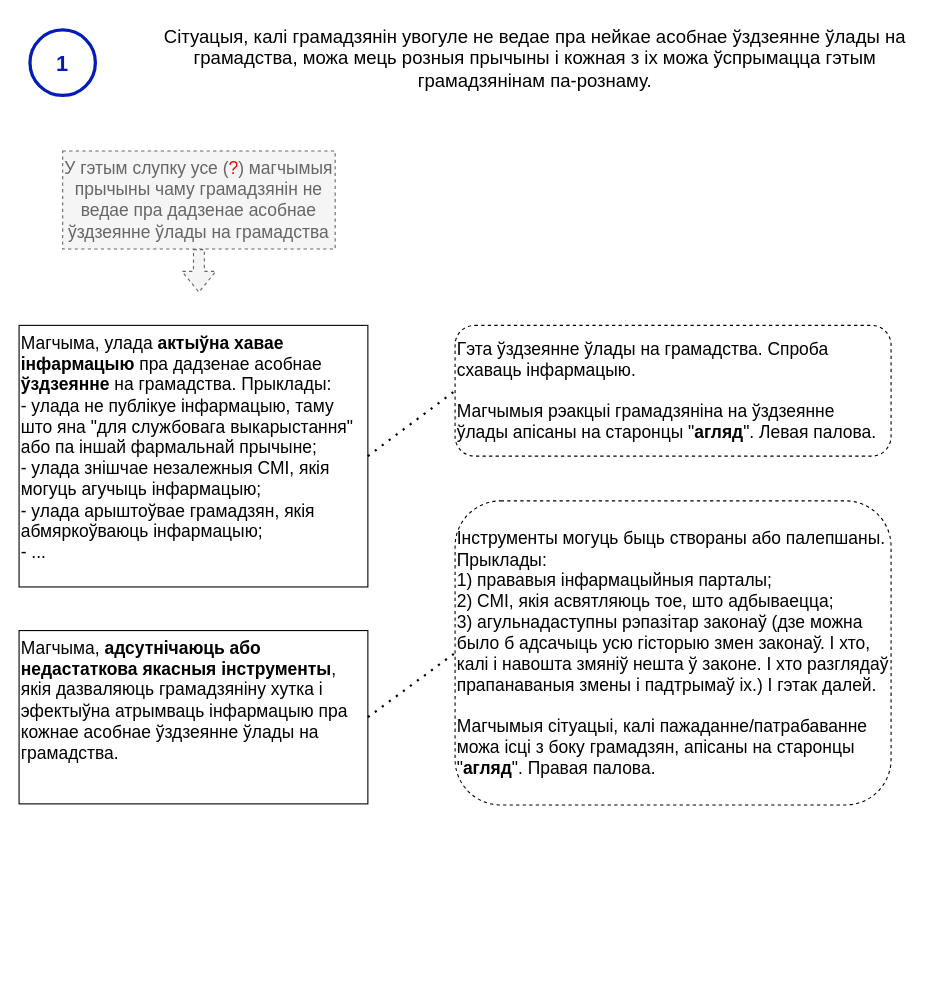
This is page "нататка-1" (2 of 2) of current-reality-tree/Дрэва цяперашняй рэальнасці.drawio from mshurkaeu-public/i-care.by, a draw.io file, before an edit. Source tidied: cells renumbered, new cells numbered last; positions are measured from the earlier drawing's top-left corner, leaving out a move shared by most shapes. Both pictures are drawn from the tidied source at 109%, with x=0, y=0 at pixel (19, 19).
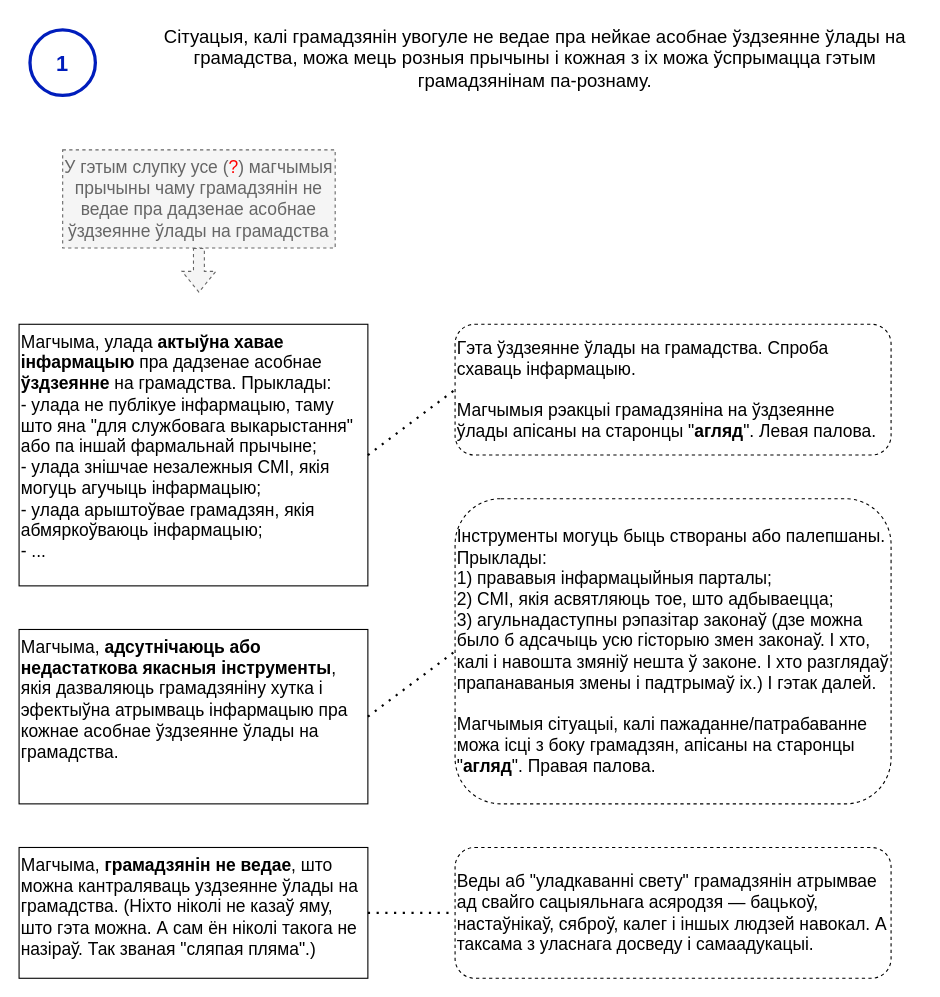
Above is the later version.

Commit message:
The 40 version of the current reality tree

Diff of the diagram source:
```diff
@@
 <mxGraphModel background="#ffffff">
   <root>
     <mxCell id="0" />
     <mxCell id="1" parent="0" />
     <mxCell id="2" value="Сітуацыя, калі грамадзянін увогуле не ведае пра нейкае асобнае ўздзеянне ўлады на грамадства, можа мець розныя прычыны і кожная з іх можа ўспрымацца гэтым грамадзянінам па-рознаму." style="text;html=1;strokeColor=none;fillColor=none;align=center;verticalAlign=top;whiteSpace=wrap;rounded=0;fontSize=17;" parent="1" vertex="1">
       <mxGeometry x="120" width="707" height="80" as="geometry" />
     </mxCell>
     <mxCell id="3" style="verticalLabelPosition=bottom;verticalAlign=top;html=1;shape=mxgraph.flowchart.on-page_reference;strokeWidth=3;fillColor=none;fontColor=#ffffff;strokeColor=#001DBC;comic=0;" parent="1" vertex="1">
       <mxGeometry x="10" y="10" width="60" height="60" as="geometry" />
     </mxCell>
     <mxCell id="4" value="1" style="text;html=1;strokeColor=none;fillColor=none;align=center;verticalAlign=middle;whiteSpace=wrap;rounded=0;fontColor=#001DBC;fontSize=20;fontStyle=1;" parent="1" vertex="1">
       <mxGeometry x="10" y="25" width="60" height="30" as="geometry" />
     </mxCell>
-    <mxCell id="5" value="У гэтым слупку усе (&lt;font color=&quot;#ff0000&quot;&gt;?&lt;/font&gt;) магчымыя прычыны чаму грамадзянін не ведае пра дадзенае асобнае ўздзеянне ўлады на грамадства" style="text;html=1;strokeColor=#666666;fillColor=#f5f5f5;align=center;verticalAlign=top;whiteSpace=wrap;rounded=0;fontSize=16;fontColor=#666666;dashed=1;" parent="1" vertex="1">
-      <mxGeometry x="40" y="121" width="250" height="90" as="geometry" />
+    <mxCell id="5" value="У гэтым слупку усе (&lt;font color=&quot;#ff0000&quot;&gt;?&lt;/font&gt;) магчымыя прычыны чаму грамадзянін не ведае пра дадзенае асобнае ўздзеянне ўлады на грамадства" style="text;html=1;strokeColor=#666666;fillColor=#f5f5f5;align=center;verticalAlign=top;whiteSpace=wrap;rounded=0;fontSize=16;fontColor=#666666;dashed=1;rotation=0;" parent="1" vertex="1">
+      <mxGeometry x="40" y="120" width="250" height="90" as="geometry" />
     </mxCell>
     <mxCell id="6" style="shape=flexArrow;endArrow=classic;html=1;rounded=0;exitX=0.5;exitY=1;exitDx=0;exitDy=0;fillColor=#f5f5f5;strokeColor=#666666;dashed=1;" parent="1" edge="1" source="5">
       <mxGeometry relative="1" as="geometry">
         <mxPoint x="165" y="251" as="targetPoint" />
       </mxGeometry>
     </mxCell>
-    <mxCell id="7" value="Магчыма, улада &lt;b&gt;актыўна хавае інфармацыю&lt;/b&gt; пра дадзенае асобнае &lt;b&gt;ўздзеянне&lt;/b&gt; на грамадства. Прыклады:&lt;br&gt;- улада не публікуе інфармацыю, таму што яна &quot;для службовага выкарыстання&quot; або па іншай фармальнай прычыне;&lt;br&gt;- улада знішчае незалежныя СМІ, якія могуць агучыць інфармацыю;&lt;br&gt;- улада арыштоўвае грамадзян, якія абмяркоўваюць інфармацыю;&lt;br&gt;- ...&lt;br&gt; " style="text;html=1;align=left;verticalAlign=top;whiteSpace=wrap;rounded=0;fontSize=16;strokeColor=default;" parent="1" vertex="1">
-      <mxGeometry y="281" width="320" height="240" as="geometry" />
+    <mxCell id="7" value="Магчыма, улада &lt;b&gt;актыўна хавае інфармацыю&lt;/b&gt; пра дадзенае асобнае &lt;b&gt;ўздзеянне&lt;/b&gt; на грамадства. Прыклады:&lt;br&gt;- улада не публікуе інфармацыю, таму што яна &quot;для службовага выкарыстання&quot; або па іншай фармальнай прычыне;&lt;br&gt;- улада знішчае незалежныя СМІ, якія могуць агучыць інфармацыю;&lt;br&gt;- улада арыштоўвае грамадзян, якія абмяркоўваюць інфармацыю;&lt;br&gt;- ...&lt;br&gt; " style="text;html=1;align=left;verticalAlign=top;whiteSpace=wrap;rounded=0;fontSize=16;strokeColor=default;rotation=0;" parent="1" vertex="1">
+      <mxGeometry y="280" width="320" height="240" as="geometry" />
     </mxCell>
-    <mxCell id="8" value="Магчыма, &lt;b&gt;адсутнічаюць або недастаткова якасныя інструменты&lt;/b&gt;, якія дазваляюць грамадзяніну хутка і эфектыўна атрымваць інфармацыю пра кожнае асобнае ўздзеянне ўлады на грамадства.&lt;br&gt; " style="text;html=1;align=left;verticalAlign=top;whiteSpace=wrap;rounded=0;fontSize=16;strokeColor=default;" parent="1" vertex="1">
-      <mxGeometry y="561" width="320" height="159" as="geometry" />
+    <mxCell id="8" value="Магчыма, &lt;b&gt;адсутнічаюць або недастаткова якасныя інструменты&lt;/b&gt;, якія дазваляюць грамадзяніну хутка і эфектыўна атрымваць інфармацыю пра кожнае асобнае ўздзеянне ўлады на грамадства.&lt;br&gt; " style="text;html=1;align=left;verticalAlign=top;whiteSpace=wrap;rounded=0;fontSize=16;strokeColor=default;rotation=0;" parent="1" vertex="1">
+      <mxGeometry y="560" width="320" height="160" as="geometry" />
     </mxCell>
-    <mxCell id="9" value="&lt;span&gt;Інструменты могуць быць створаны або палепшаны. Прыклады:&lt;br&gt;1) прававыя інфармацыйныя парталы;&lt;br&gt;2) СМІ, якія асвятляюць тое, што адбываецца;&lt;br&gt;3) &lt;/span&gt;агульнадаступны рэпазітар законаў (дзе можна было б адсачыць усю гісторыю змен законаў. І хто, калі і навошта змяніў нешта ў законе. І хто разглядаў прапанаваныя змены і падтрымаў іх.) І гэтак далей.&lt;br&gt;&lt;br&gt;Магчымыя сітуацыі, калі пажаданне/патрабаванне можа ісці з боку грамадзян, апісаны на старонцы &quot;&lt;b&gt;агляд&lt;/b&gt;&quot;. Правая палова." style="text;html=1;align=left;verticalAlign=middle;whiteSpace=wrap;rounded=1;fontSize=16;strokeColor=default;fontStyle=0;dashed=1;" parent="1" vertex="1">
-      <mxGeometry x="400" y="442" width="400" height="279" as="geometry" />
+    <mxCell id="9" value="&lt;span&gt;Інструменты могуць быць створаны або палепшаны. Прыклады:&lt;br&gt;1) прававыя інфармацыйныя парталы;&lt;br&gt;2) СМІ, якія асвятляюць тое, што адбываецца;&lt;br&gt;3) &lt;/span&gt;агульнадаступны рэпазітар законаў (дзе можна было б адсачыць усю гісторыю змен законаў. І хто, калі і навошта змяніў нешта ў законе. І хто разглядаў прапанаваныя змены і падтрымаў іх.) І гэтак далей.&lt;br&gt;&lt;br&gt;Магчымыя сітуацыі, калі пажаданне/патрабаванне можа ісці з боку грамадзян, апісаны на старонцы &quot;&lt;b&gt;агляд&lt;/b&gt;&quot;. Правая палова." style="text;html=1;align=left;verticalAlign=middle;whiteSpace=wrap;rounded=1;fontSize=16;strokeColor=default;fontStyle=0;dashed=1;rotation=0;" parent="1" vertex="1">
+      <mxGeometry x="400" y="440" width="400" height="280" as="geometry" />
     </mxCell>
-    <mxCell id="10" value="&lt;span&gt;Гэта ўздзеянне ўлады на грамадства. Спроба схаваць інфармацыю.&lt;br&gt;&lt;br&gt;Магчымыя рэакцыі грамадзяніна на ўздзеянне ўлады апісаны на старонцы &quot;&lt;b&gt;агляд&lt;/b&gt;&quot;. Левая палова.&lt;br&gt;&lt;/span&gt;" style="text;html=1;align=left;verticalAlign=middle;whiteSpace=wrap;rounded=1;fontSize=16;strokeColor=default;fontStyle=0;glass=0;shadow=0;dashed=1;" parent="1" vertex="1">
-      <mxGeometry x="400" y="281" width="400" height="120" as="geometry" />
+    <mxCell id="10" value="&lt;span&gt;Гэта ўздзеянне ўлады на грамадства. Спроба схаваць інфармацыю.&lt;br&gt;&lt;br&gt;Магчымыя рэакцыі грамадзяніна на ўздзеянне ўлады апісаны на старонцы &quot;&lt;b&gt;агляд&lt;/b&gt;&quot;. Левая палова.&lt;br&gt;&lt;/span&gt;" style="text;html=1;align=left;verticalAlign=middle;whiteSpace=wrap;rounded=1;fontSize=16;strokeColor=default;fontStyle=0;glass=0;shadow=0;dashed=1;rotation=0;" parent="1" vertex="1">
+      <mxGeometry x="400" y="280" width="400" height="120" as="geometry" />
     </mxCell>
     <mxCell id="11" style="endArrow=none;dashed=1;html=1;dashPattern=1 3;strokeWidth=2;rounded=0;exitX=1;exitY=0.5;exitDx=0;exitDy=0;entryX=0;entryY=0.5;entryDx=0;entryDy=0;" parent="1" edge="1" source="7" target="10">
       <mxGeometry relative="1" as="geometry" />
     </mxCell>
     <mxCell id="12" style="endArrow=none;dashed=1;html=1;dashPattern=1 3;strokeWidth=2;rounded=0;exitX=1;exitY=0.5;exitDx=0;exitDy=0;entryX=0;entryY=0.5;entryDx=0;entryDy=0;" parent="1" edge="1" source="8" target="9">
       <mxGeometry relative="1" as="geometry" />
     </mxCell>
+    <mxCell id="13" value="Магчыма, &lt;b&gt;грамадзянін не ведае&lt;/b&gt;, што можна кантраляваць уздзеянне ўлады на грамадства. (Ніхто ніколі не казаў яму, што гэта можна. А сам ён ніколі такога не назіраў. Так званая &quot;сляпая пляма&quot;.)&lt;br&gt; " style="text;html=1;align=left;verticalAlign=top;whiteSpace=wrap;rounded=0;fontSize=16;strokeColor=default;rotation=0;" parent="1" vertex="1">
+      <mxGeometry y="760" width="320" height="120" as="geometry" />
+    </mxCell>
+    <mxCell id="14" value="Веды аб &quot;уладкаванні свету&quot; грамадзянін атрымвае ад свайго сацыяльнага асяродзя — бацькоў, настаўнікаў, сяброў, калег і іншых людзей навокал. А таксама з уласнага досведу і самаадукацыі." style="text;html=1;align=left;verticalAlign=middle;whiteSpace=wrap;rounded=1;fontSize=16;strokeColor=default;fontStyle=0;glass=0;shadow=0;dashed=1;rotation=0;" parent="1" vertex="1">
+      <mxGeometry x="400" y="760" width="400" height="120" as="geometry" />
+    </mxCell>
+    <mxCell id="15" style="endArrow=none;dashed=1;html=1;dashPattern=1 3;strokeWidth=2;rounded=0;exitX=1;exitY=0.5;exitDx=0;exitDy=0;entryX=0;entryY=0.5;entryDx=0;entryDy=0;" parent="1" edge="1" source="13" target="14">
+      <mxGeometry relative="1" as="geometry" />
+    </mxCell>
   </root>
 </mxGraphModel>
```
